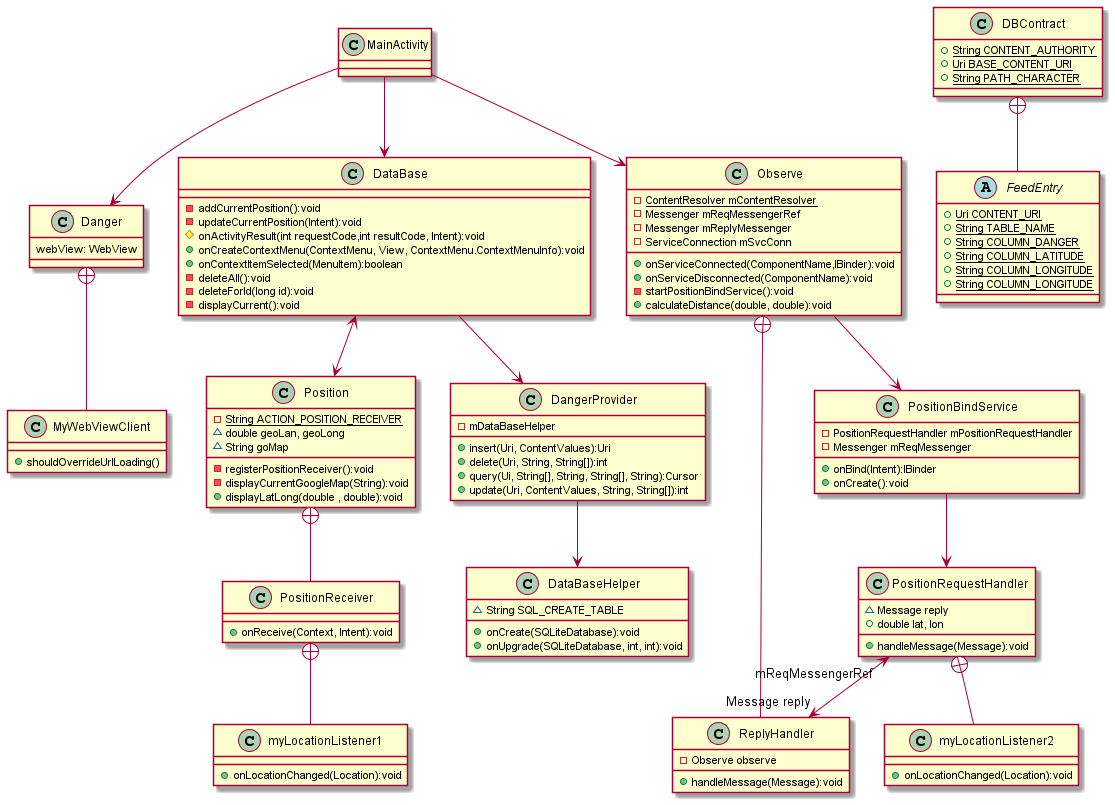
Earlier version of the PlantUML export UML_diagram.png (AlexYach1973/Capstone).
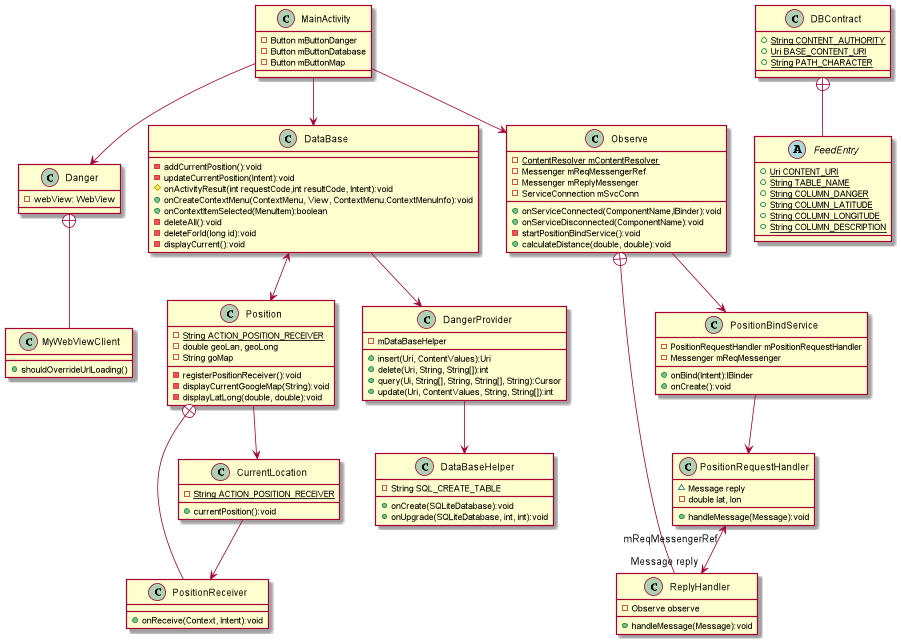
After the commit.

The edit, as a diff of the source:
```diff
@@ -1,8 +1,14 @@
 @startuml
 
-class MainActivity
+class MainActivity {
+-Button mButtonDanger
+-Button mButtonDatabase
+-Button mButtonMap
+
+}
+
 class Danger {
- webView: WebView
+ -webView: WebView
 }
 
 class MyWebViewClient {
@@ -45,33 +51,30 @@
 
 class PositionRequestHandler {
 ~ Message reply
-+ double lat, lon
+- double lat, lon
 + handleMessage(Message):void
-}
-
-class myLocationListener2 {
-+ onLocationChanged(Location):void
 }
 
 class Position {
 - {static} String ACTION_POSITION_RECEIVER
-~ double geoLan, geoLong
-~ String goMap
+- double geoLan, geoLong
+- String goMap
 - registerPositionReceiver():void
 - displayCurrentGoogleMap(String):void
-+ displayLatLong(double , double):void
+- displayLatLong(double, double):void
 }
 
 class PositionReceiver {
 +  onReceive(Context, Intent):void
 }
 
-class myLocationListener1 {
-+ onLocationChanged(Location):void
+class CurrentLocation {
+- {static} String ACTION_POSITION_RECEIVER
++ currentPosition():void
 }
 
 class DataBaseHelper {
-~ String SQL_CREATE_TABLE
+- String SQL_CREATE_TABLE
 + onCreate(SQLiteDatabase):void
 + onUpgrade(SQLiteDatabase, int, int):void
 }
@@ -96,7 +99,7 @@
 + {static} String COLUMN_DANGER
 + {static} String COLUMN_LATITUDE
 + {static} String COLUMN_LONGITUDE
-+ {static} String COLUMN_LONGITUDE
++ {static} String COLUMN_DESCRIPTION
 }
 
 MainActivity --> Danger
@@ -112,10 +115,7 @@
 PositionRequestHandler "mReqMessengerRef" <--> "Message reply" ReplyHandler
 DangerProvider --> DataBaseHelper
 Danger +-- MyWebViewClient
-PositionReceiver +-- myLocationListener1
-PositionRequestHandler +-- myLocationListener2
-
-
-
+Position --> CurrentLocation
+CurrentLocation --> PositionReceiver
 
 @enduml
```
